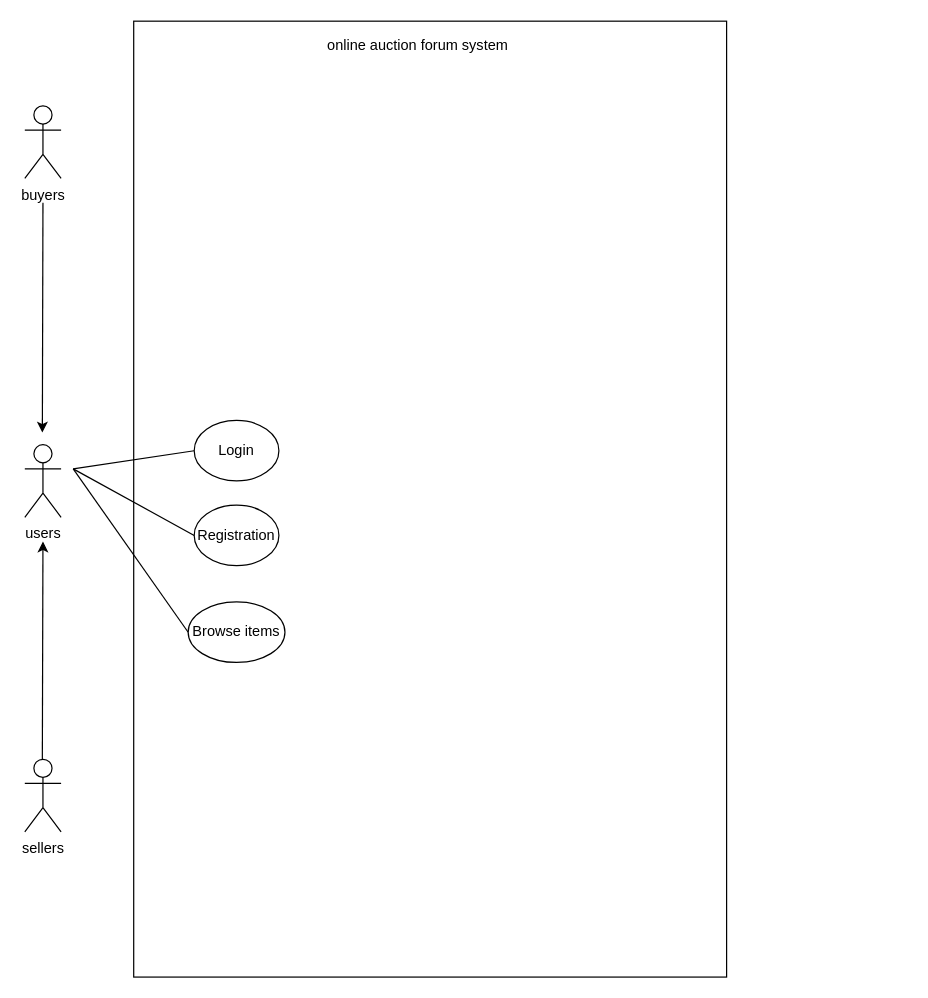
impulseoy/learnGit keeps this draw.io diagram as Untitled Diagram.drawio. Above is the earlier version. Source tidied: cells renumbered, new cells numbered last; positions are measured from the earlier drawing's top-left corner, leaving out a move shared by most shapes. Both pictures are drawn from the tidied source at 121%, with x=0, y=0 at pixel (24, 21).
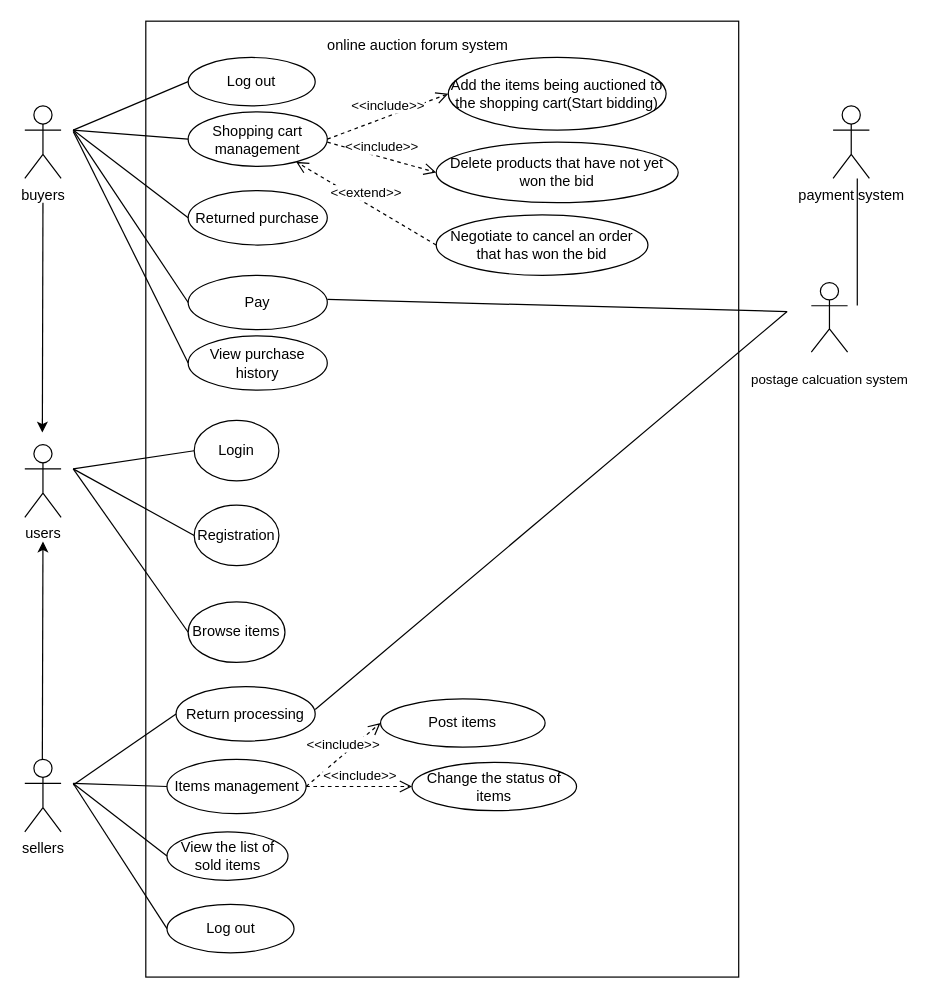
After the change.

The edit, as a diff of the source:
```diff
@@
     <mxCell id="3" style="rounded=0;whiteSpace=wrap;html=1;" parent="1" vertex="1">
-      <mxGeometry x="90" width="490" height="790" as="geometry" />
+      <mxGeometry x="100" width="490" height="790" as="geometry" />
     </mxCell>
@@
+    <mxCell id="15" value="Shopping cart management" style="ellipse;whiteSpace=wrap;html=1;" parent="1" vertex="1">
+      <mxGeometry x="135" y="75" width="115" height="45" as="geometry" />
+    </mxCell>
+    <mxCell id="16" style="endArrow=none;html=1;entryX=0;entryY=0.5;entryDx=0;entryDy=0;" parent="1" edge="1" target="15">
+      <mxGeometry relative="1" as="geometry">
+        <mxPoint x="40" y="90" as="sourcePoint" />
+      </mxGeometry>
+    </mxCell>
+    <mxCell id="17" value="&amp;lt;&amp;lt;include&amp;gt;&amp;gt;" style="html=1;verticalAlign=bottom;endArrow=open;dashed=1;endSize=8;exitX=1;exitY=0.5;exitDx=0;exitDy=0;entryX=0;entryY=0.5;entryDx=0;entryDy=0;" parent="1" edge="1" source="15" target="18">
+      <mxGeometry relative="1" as="geometry" />
+    </mxCell>
+    <mxCell id="18" value="Add the items being auctioned to the shopping cart(Start bidding)" style="ellipse;whiteSpace=wrap;html=1;" parent="1" vertex="1">
+      <mxGeometry x="350" y="30" width="180" height="60" as="geometry" />
+    </mxCell>
+    <mxCell id="19" value="Delete products that have not yet won the bid" style="ellipse;whiteSpace=wrap;html=1;" parent="1" vertex="1">
+      <mxGeometry x="340" y="100" width="200" height="50" as="geometry" />
+    </mxCell>
+    <mxCell id="20" value="&amp;lt;&amp;lt;include&amp;gt;&amp;gt;" style="html=1;verticalAlign=bottom;endArrow=open;dashed=1;endSize=8;entryX=0;entryY=0.5;entryDx=0;entryDy=0;" parent="1" edge="1" target="19">
+      <mxGeometry relative="1" as="geometry">
+        <mxPoint x="250" y="100" as="sourcePoint" />
+      </mxGeometry>
+    </mxCell>
+    <mxCell id="21" value="Negotiate to cancel an order that has won the bid" style="ellipse;whiteSpace=wrap;html=1;" parent="1" vertex="1">
+      <mxGeometry x="340" y="160" width="175" height="50" as="geometry" />
+    </mxCell>
+    <mxCell id="22" value="&amp;lt;&amp;lt;extend&amp;gt;&amp;gt;" style="html=1;verticalAlign=bottom;endArrow=open;dashed=1;endSize=8;" parent="1" edge="1" target="15">
+      <mxGeometry relative="1" as="geometry">
+        <mxPoint x="340" y="185" as="sourcePoint" />
+      </mxGeometry>
+    </mxCell>
+    <mxCell id="23" value="Returned purchase" style="ellipse;whiteSpace=wrap;html=1;" parent="1" vertex="1">
+      <mxGeometry x="135" y="140" width="115" height="45" as="geometry" />
+    </mxCell>
+    <mxCell id="24" value="Pay" style="ellipse;whiteSpace=wrap;html=1;" parent="1" vertex="1">
+      <mxGeometry x="135" y="210" width="115" height="45" as="geometry" />
+    </mxCell>
+    <mxCell id="25" style="endArrow=none;html=1;entryX=0;entryY=0.5;entryDx=0;entryDy=0;" parent="1" edge="1" target="23">
+      <mxGeometry relative="1" as="geometry">
+        <mxPoint x="40" y="90" as="sourcePoint" />
+      </mxGeometry>
+    </mxCell>
+    <mxCell id="26" style="endArrow=none;html=1;entryX=0;entryY=0.5;entryDx=0;entryDy=0;" parent="1" edge="1" target="24">
+      <mxGeometry relative="1" as="geometry">
+        <mxPoint x="40" y="90" as="sourcePoint" />
+      </mxGeometry>
+    </mxCell>
+    <mxCell id="27" value="&lt;p style=&quot;line-height: 60%&quot;&gt;&lt;font style=&quot;font-size: 11px&quot;&gt;postage calcuation system&lt;/font&gt;&lt;/p&gt;" style="shape=umlActor;verticalLabelPosition=bottom;verticalAlign=top;html=1;" parent="1" vertex="1">
+      <mxGeometry x="650" y="216" width="30" height="57.5" as="geometry" />
+    </mxCell>
+    <mxCell id="28" style="endArrow=none;html=1;" parent="1" edge="1">
+      <mxGeometry relative="1" as="geometry">
+        <mxPoint x="250" y="230" as="sourcePoint" />
+        <mxPoint x="630" y="240" as="targetPoint" />
+      </mxGeometry>
+    </mxCell>
+    <mxCell id="29" value="View purchase history" style="ellipse;whiteSpace=wrap;html=1;" parent="1" vertex="1">
+      <mxGeometry x="135" y="260" width="115" height="45" as="geometry" />
+    </mxCell>
+    <mxCell id="30" style="endArrow=none;html=1;entryX=0;entryY=0.5;entryDx=0;entryDy=0;" parent="1" edge="1" target="29">
+      <mxGeometry relative="1" as="geometry">
+        <mxPoint x="40" y="91.2" as="sourcePoint" />
+      </mxGeometry>
+    </mxCell>
+    <mxCell id="31" value="Items management" style="ellipse;whiteSpace=wrap;html=1;" parent="1" vertex="1">
+      <mxGeometry x="117.5" y="610" width="115" height="45" as="geometry" />
+    </mxCell>
+    <mxCell id="32" style="endArrow=none;html=1;entryX=0;entryY=0.5;entryDx=0;entryDy=0;" parent="1" edge="1" target="31">
+      <mxGeometry relative="1" as="geometry">
+        <mxPoint x="40" y="630" as="sourcePoint" />
+      </mxGeometry>
+    </mxCell>
+    <mxCell id="33" value="Post items" style="ellipse;whiteSpace=wrap;html=1;" parent="1" vertex="1">
+      <mxGeometry x="294" y="560" width="136" height="40" as="geometry" />
+    </mxCell>
+    <mxCell id="34" value="&amp;lt;&amp;lt;include&amp;gt;&amp;gt;" style="html=1;verticalAlign=bottom;endArrow=open;dashed=1;endSize=8;exitX=1;exitY=0.5;exitDx=0;exitDy=0;entryX=0;entryY=0.5;entryDx=0;entryDy=0;" parent="1" edge="1" source="31" target="33">
+      <mxGeometry relative="1" as="geometry" />
+    </mxCell>
+    <mxCell id="35" value="Change the status of items" style="ellipse;whiteSpace=wrap;html=1;" parent="1" vertex="1">
+      <mxGeometry x="320" y="612.5" width="136" height="40" as="geometry" />
+    </mxCell>
+    <mxCell id="36" value="&amp;lt;&amp;lt;include&amp;gt;&amp;gt;" style="html=1;verticalAlign=bottom;endArrow=open;dashed=1;endSize=8;exitX=1;exitY=0.5;exitDx=0;exitDy=0;entryX=0;entryY=0.5;entryDx=0;entryDy=0;" parent="1" edge="1" source="31" target="35">
+      <mxGeometry relative="1" as="geometry" />
+    </mxCell>
+    <mxCell id="37" value="View the list of sold items" style="ellipse;whiteSpace=wrap;html=1;" parent="1" vertex="1">
+      <mxGeometry x="117.5" y="670" width="100" height="40" as="geometry" />
+    </mxCell>
+    <mxCell id="38" style="endArrow=none;html=1;entryX=0;entryY=0.5;entryDx=0;entryDy=0;" parent="1" edge="1" target="37">
+      <mxGeometry relative="1" as="geometry">
+        <mxPoint x="40" y="630" as="sourcePoint" />
+      </mxGeometry>
+    </mxCell>
+    <mxCell id="39" value="Log out" style="ellipse;whiteSpace=wrap;html=1;" parent="1" vertex="1">
+      <mxGeometry x="135" y="30" width="105" height="40" as="geometry" />
+    </mxCell>
+    <mxCell id="40" style="endArrow=none;html=1;entryX=0;entryY=0.5;entryDx=0;entryDy=0;" parent="1" edge="1" target="39">
+      <mxGeometry relative="1" as="geometry">
+        <mxPoint x="40" y="90" as="sourcePoint" />
+      </mxGeometry>
+    </mxCell>
+    <mxCell id="41" value="Log out" style="ellipse;whiteSpace=wrap;html=1;" parent="1" vertex="1">
+      <mxGeometry x="117.5" y="730" width="105" height="40" as="geometry" />
+    </mxCell>
+    <mxCell id="42" style="endArrow=none;html=1;entryX=0;entryY=0.5;entryDx=0;entryDy=0;" parent="1" edge="1" target="41">
+      <mxGeometry relative="1" as="geometry">
+        <mxPoint x="40" y="630" as="sourcePoint" />
+      </mxGeometry>
+    </mxCell>
+    <mxCell id="43" value="Return processing" style="ellipse;whiteSpace=wrap;html=1;" parent="1" vertex="1">
+      <mxGeometry x="125" y="550" width="115" height="45" as="geometry" />
+    </mxCell>
+    <mxCell id="44" style="endArrow=none;html=1;entryX=0;entryY=0.5;entryDx=0;entryDy=0;" parent="1" edge="1" target="43">
+      <mxGeometry relative="1" as="geometry">
+        <mxPoint x="40" y="631.2" as="sourcePoint" />
+      </mxGeometry>
+    </mxCell>
+    <mxCell id="45" style="endArrow=none;html=1;" parent="1" edge="1">
+      <mxGeometry relative="1" as="geometry">
+        <mxPoint x="240" y="568.8" as="sourcePoint" />
+        <mxPoint x="630" y="240" as="targetPoint" />
+      </mxGeometry>
+    </mxCell>
+    <mxCell id="46" value="payment system" style="shape=umlActor;verticalLabelPosition=bottom;verticalAlign=top;html=1;" parent="1" vertex="1">
+      <mxGeometry x="668" y="70" width="30" height="60" as="geometry" />
+    </mxCell>
+    <mxCell id="47" style="endArrow=none;html=1;" parent="1" edge="1">
+      <mxGeometry relative="1" as="geometry">
+        <mxPoint x="688" y="235" as="sourcePoint" />
+        <mxPoint x="688" y="130" as="targetPoint" />
+      </mxGeometry>
+    </mxCell>
```
